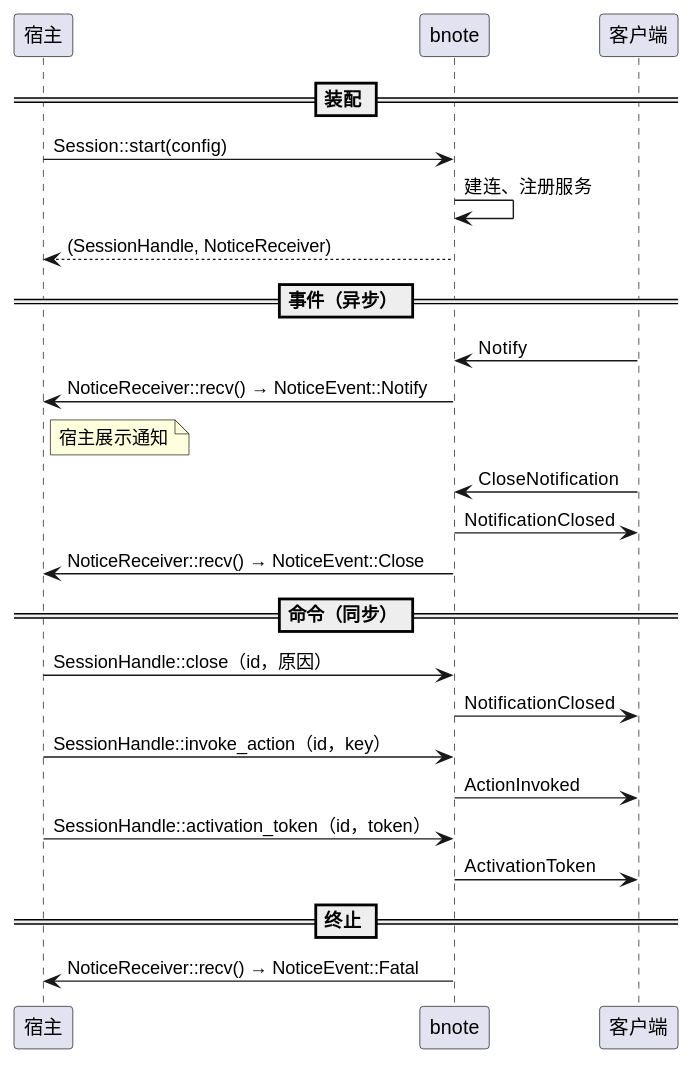
This is bnote/diagram/bnote-notify.svg from 54m43lJ/BreadKnife, a PlantUML export, as it was before one commit.
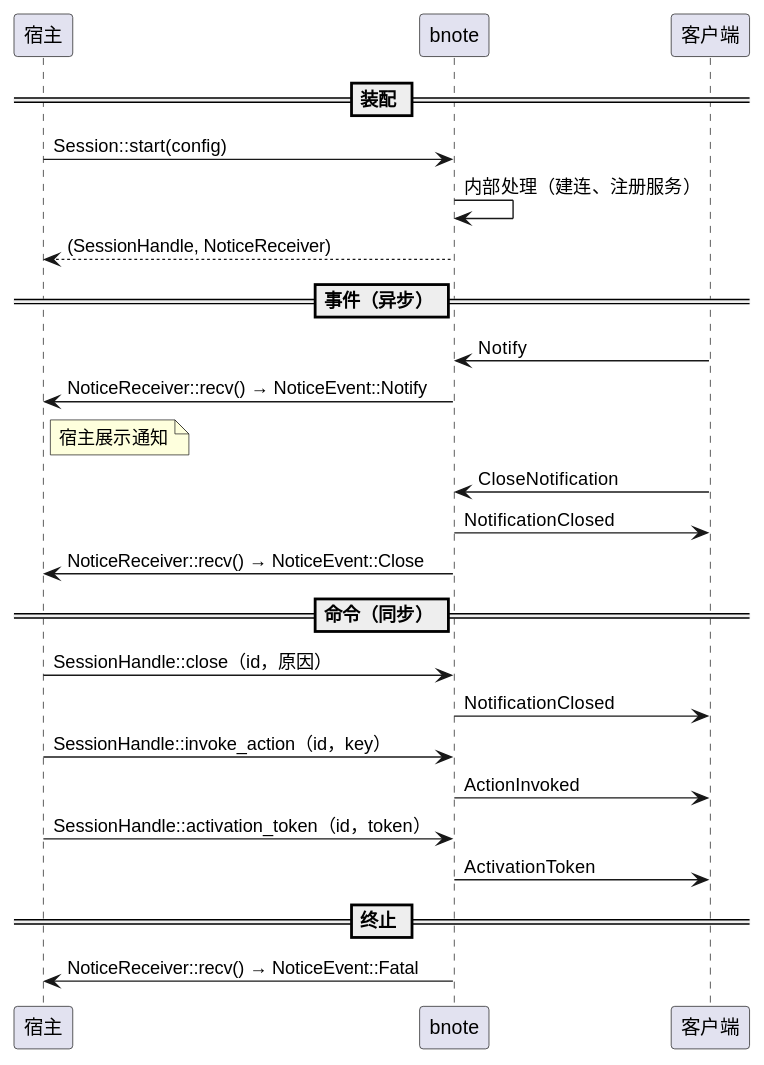
The same diagram one commit later.

What changed in the source:
```diff
@@ -5,7 +5,7 @@
 
 == 装配 ==
 host -> lib : Session::start(config)
-lib -> lib : 建连、注册服务
+lib -> lib : 内部处理（建连、注册服务）
 lib --> host : (SessionHandle, NoticeReceiver)
 == 事件（异步） ==
 client -> lib : Notify
```
